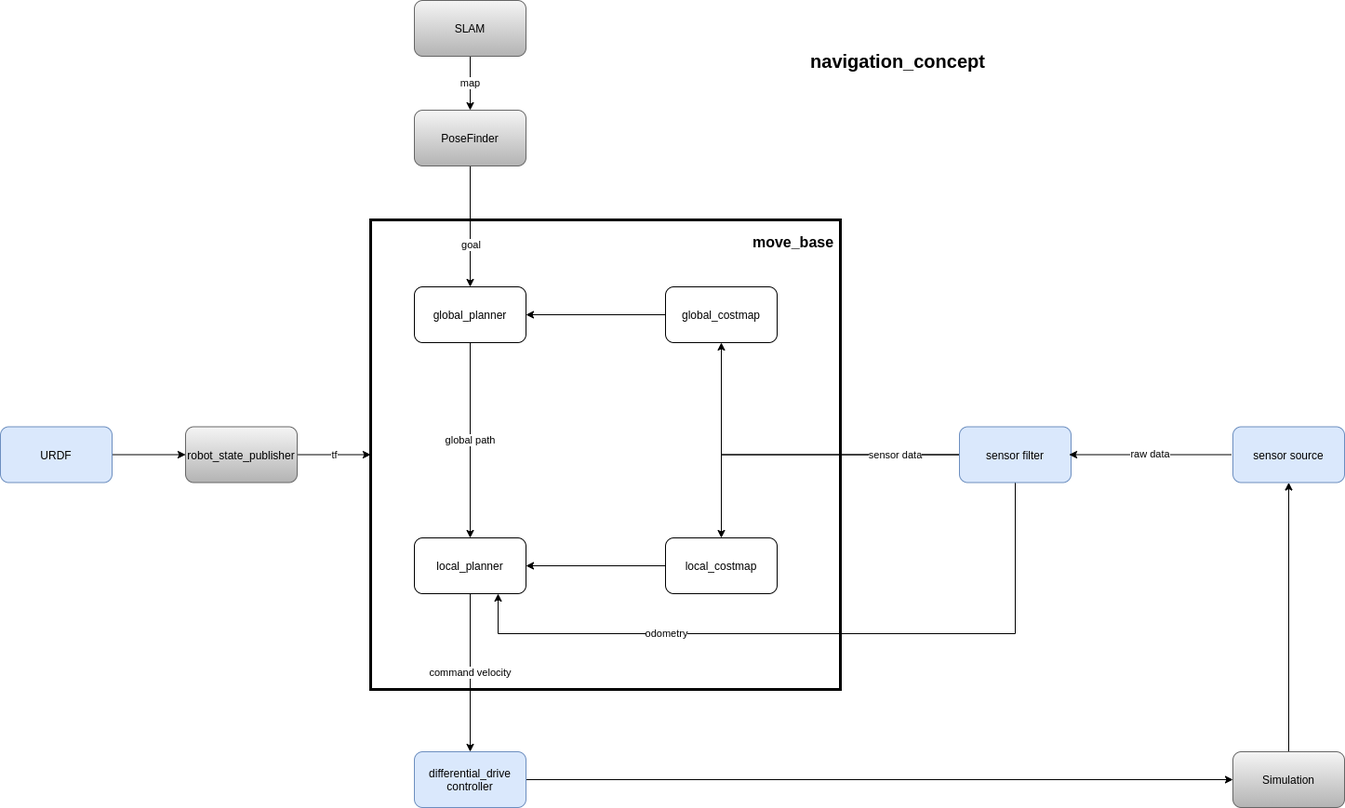
This is Documentation/bachelor thesis tristan/Pictures/Updated navigation concept.png from Tristan9497/RoutePlanning, a draw.io export, as it was before one commit. Source tidied: cells renumbered, new cells last; positions are measured from the earlier drawing's top-left corner, leaving out a move shared by most shapes.
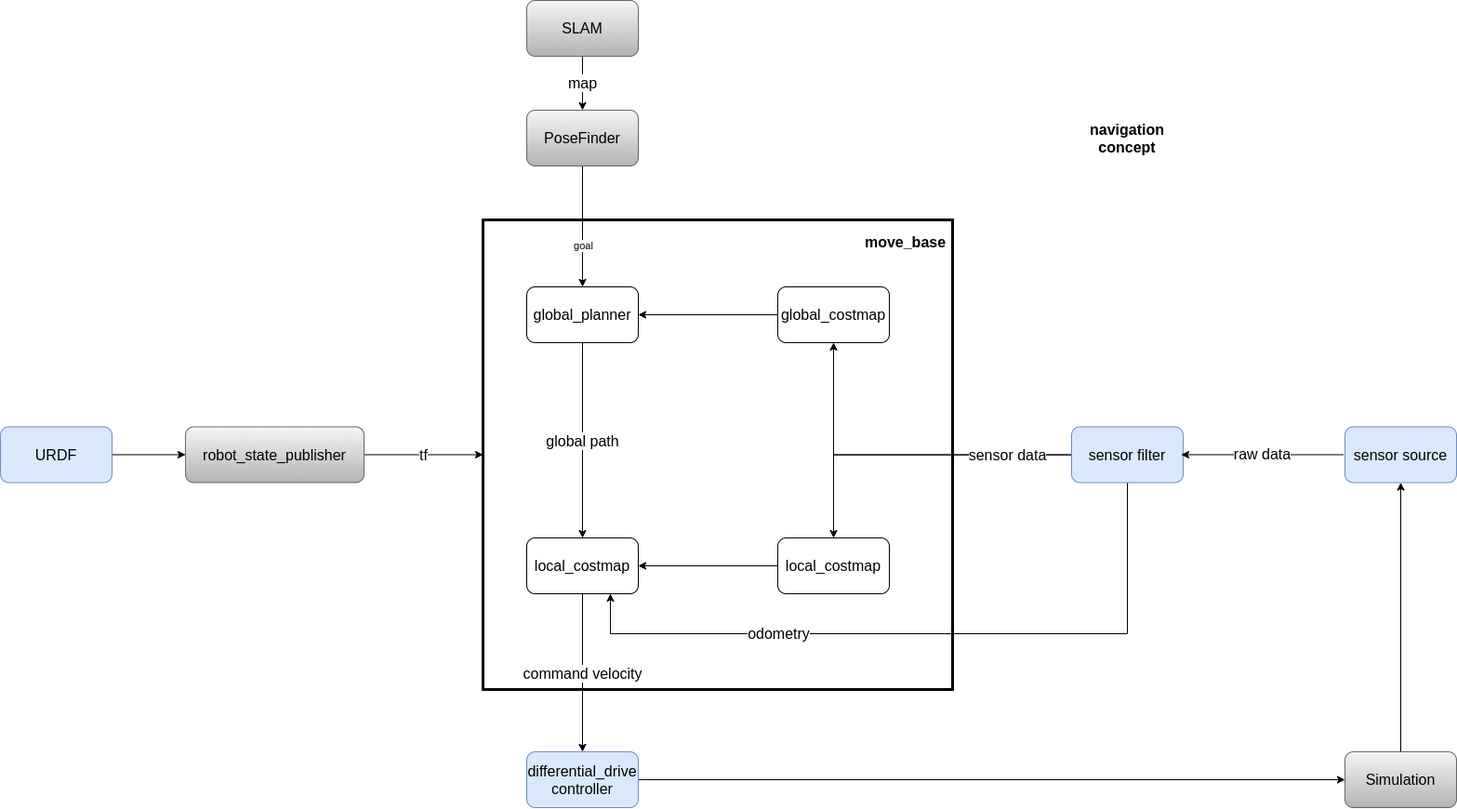
The same file after the commit.

The edit, as a diff of the source:
```diff
@@ -5,41 +5,41 @@
     <mxCell id="2" style="whiteSpace=wrap;html=1;strokeWidth=3;" parent="1" vertex="1">
       <mxGeometry x="398" y="236" width="505" height="505" as="geometry" />
     </mxCell>
-    <mxCell id="3" value="global path" style="edgeStyle=orthogonalEdgeStyle;rounded=0;jettySize=auto;html=1;entryX=0.5;entryY=0;entryDx=0;entryDy=0;" parent="1" edge="1" source="4" target="6">
+    <mxCell id="3" value="global path" style="edgeStyle=orthogonalEdgeStyle;rounded=0;jettySize=auto;html=1;entryX=0.5;entryY=0;entryDx=0;entryDy=0;fontSize=16;" parent="1" edge="1" source="4" target="6">
       <mxGeometry relative="1" as="geometry" />
     </mxCell>
-    <mxCell id="4" value="global_planner" style="rounded=1;whiteSpace=wrap;html=1;" parent="1" vertex="1">
+    <mxCell id="4" value="global_planner" style="rounded=1;whiteSpace=wrap;html=1;fontSize=16;" parent="1" vertex="1">
       <mxGeometry x="445" y="308" width="120" height="60" as="geometry" />
     </mxCell>
-    <mxCell id="5" value="command velocity" style="edgeStyle=orthogonalEdgeStyle;rounded=0;jettySize=auto;html=1;" parent="1" edge="1" source="6">
+    <mxCell id="5" value="command velocity" style="edgeStyle=orthogonalEdgeStyle;rounded=0;jettySize=auto;html=1;fontSize=16;" parent="1" edge="1" source="6">
       <mxGeometry relative="1" as="geometry">
         <mxPoint x="505" y="808" as="targetPoint" />
       </mxGeometry>
     </mxCell>
-    <mxCell id="6" value="local_planner&lt;span style=&quot;color: rgba(0 , 0 , 0 , 0) ; font-family: monospace ; font-size: 0px&quot;&gt;%3CmxGraphModel%3E%3Croot%3E%3CmxCell%20id%3D%220%22%2F%3E%3CmxCell%20id%3D%221%22%20parent%3D%220%22%2F%3E%3CmxCell%20id%3D%222%22%20value%3D%22global_planner%22%20style%3D%22rounded%3D0%3BwhiteSpace%3Dwrap%3Bhtml%3D1%3B%22%20vertex%3D%221%22%20parent%3D%221%22%3E%3CmxGeometry%20x%3D%22220%22%20y%3D%22370%22%20width%3D%22120%22%20height%3D%2260%22%20as%3D%22geometry%22%2F%3E%3C%2FmxCell%3E%3C%2Froot%3E%3C%2FmxGraphModel%3E&lt;/span&gt;" style="rounded=1;whiteSpace=wrap;html=1;" parent="1" vertex="1">
+    <mxCell id="6" value="local_costmap" style="rounded=1;whiteSpace=wrap;html=1;fontSize=16;" parent="1" vertex="1">
       <mxGeometry x="445" y="578" width="120" height="60" as="geometry" />
     </mxCell>
     <mxCell id="7" style="edgeStyle=orthogonalEdgeStyle;rounded=0;jettySize=auto;html=1;" parent="1" edge="1" source="8" target="4">
       <mxGeometry relative="1" as="geometry" />
     </mxCell>
-    <mxCell id="8" value="global_costmap&lt;span style=&quot;color: rgba(0 , 0 , 0 , 0) ; font-family: monospace ; font-size: 0px&quot;&gt;%3CmxGraphModel%3E%3Croot%3E%3CmxCell%20id%3D%220%22%2F%3E%3CmxCell%20id%3D%221%22%20parent%3D%220%22%2F%3E%3CmxCell%20id%3D%222%22%20value%3D%22global_planner%22%20style%3D%22rounded%3D0%3BwhiteSpace%3Dwrap%3Bhtml%3D1%3B%22%20vertex%3D%221%22%20parent%3D%221%22%3E%3CmxGeometry%20x%3D%22220%22%20y%3D%22370%22%20width%3D%22120%22%20height%3D%2260%22%20as%3D%22geometry%22%2F%3E%3C%2FmxCell%3E%3C%2Froot%3E%3C%2FmxGraphModel%3E&lt;/span&gt;" style="rounded=1;whiteSpace=wrap;html=1;" parent="1" vertex="1">
+    <mxCell id="8" value="global_costmap" style="rounded=1;whiteSpace=wrap;html=1;fontSize=16;" parent="1" vertex="1">
       <mxGeometry x="715" y="308" width="120" height="60" as="geometry" />
     </mxCell>
     <mxCell id="9" style="edgeStyle=orthogonalEdgeStyle;rounded=0;jettySize=auto;html=1;entryX=1;entryY=0.5;entryDx=0;entryDy=0;" parent="1" edge="1" source="10" target="6">
       <mxGeometry relative="1" as="geometry" />
     </mxCell>
-    <mxCell id="10" value="local_costmap" style="rounded=1;whiteSpace=wrap;html=1;" parent="1" vertex="1">
+    <mxCell id="10" value="local_costmap" style="rounded=1;whiteSpace=wrap;html=1;fontSize=16;" parent="1" vertex="1">
       <mxGeometry x="715" y="578" width="120" height="60" as="geometry" />
     </mxCell>
     <mxCell id="11" style="edgeStyle=orthogonalEdgeStyle;rounded=0;jettySize=auto;html=1;" parent="1" edge="1" source="15" target="10">
       <mxGeometry relative="1" as="geometry" />
     </mxCell>
-    <mxCell id="12" value="sensor data" style="edgeStyle=orthogonalEdgeStyle;rounded=0;jettySize=auto;html=1;" parent="1" edge="1" source="15" target="8">
+    <mxCell id="12" value="sensor data" style="edgeStyle=orthogonalEdgeStyle;rounded=0;jettySize=auto;html=1;fontSize=16;" parent="1" edge="1" source="15" target="8">
       <mxGeometry x="-0.63" relative="1" as="geometry">
         <mxPoint x="1" as="offset" />
       </mxGeometry>
     </mxCell>
-    <mxCell id="13" style="edgeStyle=orthogonalEdgeStyle;rounded=0;jettySize=auto;html=1;entryX=0.75;entryY=1;entryDx=0;entryDy=0;exitX=0.5;exitY=1;exitDx=0;exitDy=0;" parent="1" edge="1" source="15" target="6">
+    <mxCell id="13" style="edgeStyle=orthogonalEdgeStyle;rounded=0;jettySize=auto;html=1;entryX=0.75;entryY=1;entryDx=0;entryDy=0;exitX=0.5;exitY=1;exitDx=0;exitDy=0;fontSize=16;" parent="1" edge="1" source="15" target="6">
       <mxGeometry x="-0.33" y="8" relative="1" as="geometry">
         <Array as="points">
           <mxPoint x="1091" y="681" />
@@ -47,15 +47,15 @@
         </Array>
       </mxGeometry>
     </mxCell>
-    <mxCell id="14" value="odometry" style="edgeLabel;html=1;align=center;verticalAlign=middle;" parent="13" vertex="1">
+    <mxCell id="14" value="odometry" style="edgeLabel;html=1;align=center;verticalAlign=middle;fontSize=16;" parent="13" vertex="1">
       <mxGeometry x="0.41" y="1" relative="1" as="geometry">
         <mxPoint y="-1.9" as="offset" />
       </mxGeometry>
     </mxCell>
-    <mxCell id="15" value="sensor filter" style="rounded=1;whiteSpace=wrap;html=1;fillColor=#dae8fc;strokeColor=#6c8ebf;" parent="1" vertex="1">
+    <mxCell id="15" value="sensor filter" style="rounded=1;whiteSpace=wrap;html=1;fillColor=#dae8fc;strokeColor=#6c8ebf;fontSize=16;" parent="1" vertex="1">
       <mxGeometry x="1031" y="458.5" width="120" height="60" as="geometry" />
     </mxCell>
-    <mxCell id="16" style="edgeStyle=orthogonalEdgeStyle;rounded=0;jettySize=auto;html=1;" parent="1" edge="1" source="18" target="4">
+    <mxCell id="16" style="edgeStyle=orthogonalEdgeStyle;rounded=0;jettySize=auto;html=1;fontSize=16;" parent="1" edge="1" source="18" target="4">
       <mxGeometry relative="1" as="geometry" />
     </mxCell>
     <mxCell id="17" value="goal" style="edgeLabel;html=1;align=center;verticalAlign=middle;" parent="16" vertex="1">
@@ -63,34 +63,34 @@
         <mxPoint x="-2" y="-2.1" as="offset" />
       </mxGeometry>
     </mxCell>
-    <mxCell id="18" value="PoseFinder" style="rounded=1;whiteSpace=wrap;html=1;gradientColor=#b3b3b3;fillColor=#f5f5f5;strokeColor=#666666;" parent="1" vertex="1">
+    <mxCell id="18" value="PoseFinder" style="rounded=1;whiteSpace=wrap;html=1;gradientColor=#b3b3b3;fillColor=#f5f5f5;strokeColor=#666666;fontSize=16;" parent="1" vertex="1">
       <mxGeometry x="445" y="118" width="120" height="60" as="geometry" />
     </mxCell>
-    <mxCell id="19" value="raw data" style="edgeStyle=orthogonalEdgeStyle;rounded=0;orthogonalLoop=1;jettySize=auto;html=1;entryX=1;entryY=0.5;entryDx=0;entryDy=0;" parent="1" edge="1">
+    <mxCell id="19" value="raw data" style="edgeStyle=orthogonalEdgeStyle;rounded=0;orthogonalLoop=1;jettySize=auto;html=1;entryX=1;entryY=0.5;entryDx=0;entryDy=0;fontSize=16;" parent="1" edge="1">
       <mxGeometry relative="1" as="geometry">
         <mxPoint x="1323" y="488.5" as="sourcePoint" />
         <mxPoint x="1149" y="488.5" as="targetPoint" />
       </mxGeometry>
     </mxCell>
-    <mxCell id="20" value="sensor source" style="rounded=1;whiteSpace=wrap;html=1;fillColor=#dae8fc;strokeColor=#6c8ebf;" parent="1" vertex="1">
+    <mxCell id="20" value="sensor source" style="rounded=1;whiteSpace=wrap;html=1;fillColor=#dae8fc;strokeColor=#6c8ebf;fontSize=16;" parent="1" vertex="1">
       <mxGeometry x="1325" y="458.5" width="120" height="60" as="geometry" />
     </mxCell>
     <mxCell id="21" style="edgeStyle=orthogonalEdgeStyle;rounded=0;jettySize=auto;html=1;entryX=0;entryY=0.5;entryDx=0;entryDy=0;" parent="1" edge="1" source="22" target="29">
       <mxGeometry relative="1" as="geometry" />
     </mxCell>
-    <mxCell id="22" value="differential_drive&lt;br&gt;controller" style="rounded=1;whiteSpace=wrap;html=1;fillColor=#dae8fc;strokeColor=#6c8ebf;" parent="1" vertex="1">
+    <mxCell id="22" value="differential_drive&lt;br style=&quot;font-size: 16px;&quot;&gt;controller" style="rounded=1;whiteSpace=wrap;html=1;fillColor=#dae8fc;strokeColor=#6c8ebf;fontSize=16;" parent="1" vertex="1">
       <mxGeometry x="445" y="808" width="120" height="60" as="geometry" />
     </mxCell>
-    <mxCell id="23" value="&lt;font style=&quot;font-size: 16px&quot;&gt;move_base&lt;/font&gt;" style="text;html=1;strokeColor=none;fillColor=none;align=center;verticalAlign=middle;whiteSpace=wrap;rounded=0;strokeWidth=1;fontStyle=1;" parent="1" vertex="1">
+    <mxCell id="23" value="&lt;font style=&quot;font-size: 16px;&quot;&gt;move_base&lt;/font&gt;" style="text;html=1;strokeColor=none;fillColor=none;align=center;verticalAlign=middle;whiteSpace=wrap;rounded=0;strokeWidth=1;fontStyle=1;fontSize=16;" parent="1" vertex="1">
       <mxGeometry x="813" y="236" width="79" height="48" as="geometry" />
     </mxCell>
-    <mxCell id="24" value="tf" style="edgeStyle=orthogonalEdgeStyle;rounded=0;jettySize=auto;html=1;entryX=0;entryY=0.5;entryDx=0;entryDy=0;" parent="1" edge="1" source="25" target="2">
+    <mxCell id="24" value="tf" style="edgeStyle=orthogonalEdgeStyle;rounded=0;jettySize=auto;html=1;entryX=0;entryY=0.5;entryDx=0;entryDy=0;fontSize=16;" parent="1" edge="1" source="25" target="2">
       <mxGeometry relative="1" as="geometry" />
     </mxCell>
-    <mxCell id="25" value="robot_state_publisher" style="rounded=1;whiteSpace=wrap;html=1;fillColor=#f5f5f5;strokeColor=#666666;gradientColor=#b3b3b3;" parent="1" vertex="1">
-      <mxGeometry x="199" y="458.5" width="120" height="60" as="geometry" />
+    <mxCell id="25" value="robot_state_publisher" style="rounded=1;whiteSpace=wrap;html=1;fillColor=#f5f5f5;strokeColor=#666666;gradientColor=#b3b3b3;fontSize=16;" parent="1" vertex="1">
+      <mxGeometry x="78" y="458.5" width="192" height="60" as="geometry" />
     </mxCell>
-    <mxCell id="26" value="map" style="edgeStyle=orthogonalEdgeStyle;rounded=0;jettySize=auto;html=1;entryX=0.5;entryY=0;entryDx=0;entryDy=0;" parent="1" edge="1" source="27" target="18">
+    <mxCell id="26" value="map" style="edgeStyle=orthogonalEdgeStyle;rounded=0;jettySize=auto;html=1;entryX=0.5;entryY=0;entryDx=0;entryDy=0;fontSize=16;" parent="1" edge="1" source="27" target="18">
       <mxGeometry relative="1" as="geometry">
         <Array as="points">
           <mxPoint x="505" y="118" />
@@ -98,23 +98,23 @@
         </Array>
       </mxGeometry>
     </mxCell>
-    <mxCell id="27" value="SLAM" style="rounded=1;whiteSpace=wrap;html=1;gradientColor=#b3b3b3;fillColor=#f5f5f5;strokeColor=#666666;" parent="1" vertex="1">
+    <mxCell id="27" value="SLAM" style="rounded=1;whiteSpace=wrap;html=1;gradientColor=#b3b3b3;fillColor=#f5f5f5;strokeColor=#666666;fontSize=16;" parent="1" vertex="1">
       <mxGeometry x="445" width="120" height="60" as="geometry" />
     </mxCell>
     <mxCell id="28" style="edgeStyle=orthogonalEdgeStyle;rounded=0;jettySize=auto;html=1;entryX=0.5;entryY=1;entryDx=0;entryDy=0;" parent="1" edge="1" source="29" target="20">
       <mxGeometry relative="1" as="geometry" />
     </mxCell>
-    <mxCell id="29" value="Simulation" style="rounded=1;whiteSpace=wrap;html=1;gradientColor=#b3b3b3;fillColor=#f5f5f5;strokeColor=#666666;" parent="1" vertex="1">
+    <mxCell id="29" value="Simulation" style="rounded=1;whiteSpace=wrap;html=1;gradientColor=#b3b3b3;fillColor=#f5f5f5;strokeColor=#666666;fontSize=16;" parent="1" vertex="1">
       <mxGeometry x="1325" y="808" width="120" height="60" as="geometry" />
     </mxCell>
     <mxCell id="30" style="edgeStyle=orthogonalEdgeStyle;rounded=0;jettySize=auto;html=1;entryX=0;entryY=0.5;entryDx=0;entryDy=0;" parent="1" edge="1" source="31" target="25">
       <mxGeometry relative="1" as="geometry" />
     </mxCell>
-    <mxCell id="31" value="URDF" style="rounded=1;whiteSpace=wrap;html=1;fillColor=#dae8fc;strokeColor=#6c8ebf;" parent="1" vertex="1">
-      <mxGeometry y="458.5" width="120" height="60" as="geometry" />
+    <mxCell id="31" value="URDF" style="rounded=1;whiteSpace=wrap;html=1;fillColor=#dae8fc;strokeColor=#6c8ebf;fontSize=16;" parent="1" vertex="1">
+      <mxGeometry x="-121" y="458.5" width="120" height="60" as="geometry" />
     </mxCell>
-    <mxCell id="32" value="&lt;font style=&quot;font-size: 20px&quot;&gt;navigation_concept&lt;/font&gt;" style="text;html=1;strokeColor=none;fillColor=none;align=center;verticalAlign=middle;whiteSpace=wrap;rounded=0;strokeWidth=1;fontStyle=1;" parent="1" vertex="1">
-      <mxGeometry x="892" y="12" width="146" height="106" as="geometry" />
+    <mxCell id="32" value="&lt;font style=&quot;font-size: 16px&quot;&gt;navigation concept&lt;/font&gt;" style="text;html=1;strokeColor=none;fillColor=none;align=center;verticalAlign=middle;whiteSpace=wrap;rounded=0;strokeWidth=1;fontStyle=1;fontSize=16;" parent="1" vertex="1">
+      <mxGeometry x="1018" y="95" width="146" height="106" as="geometry" />
     </mxCell>
   </root>
 </mxGraphModel>
```
